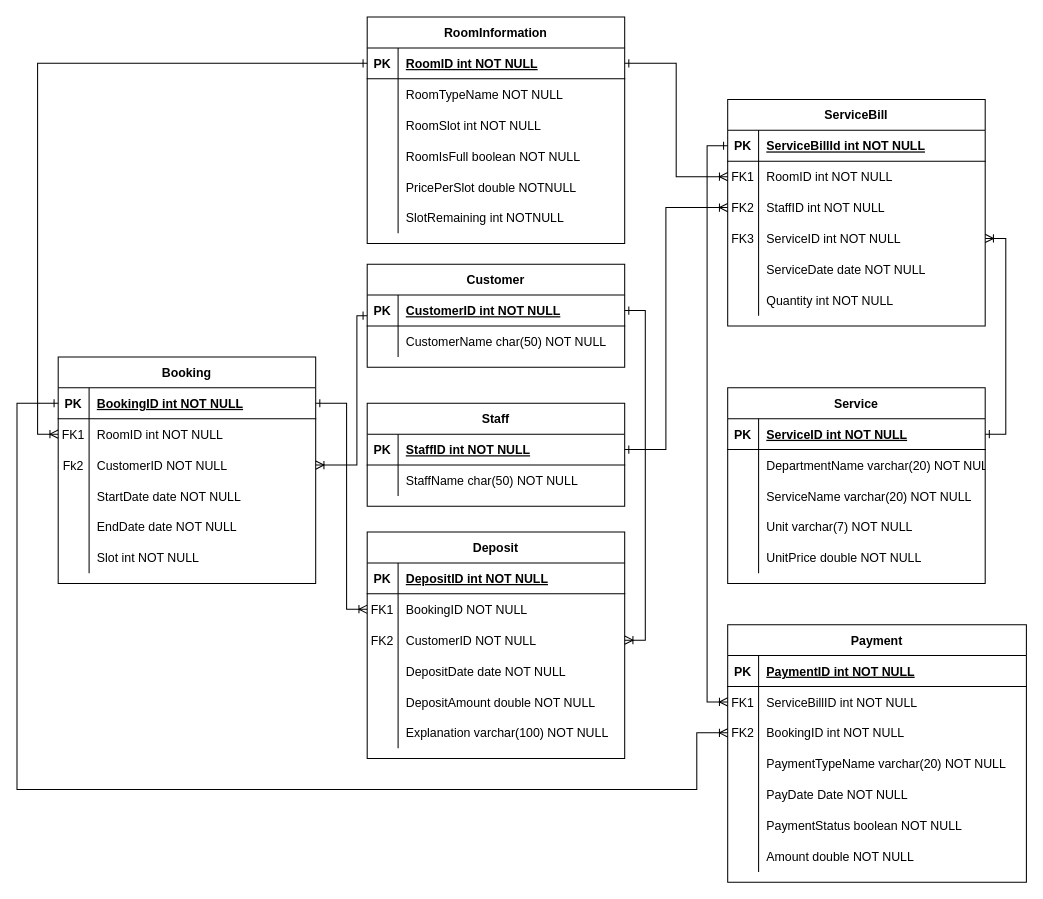
Earlier version of the draw.io diagram Diagram/Entity Relationship Diagram.drawio (jonathanha52/SE104.L23.PMCL). Source tidied: cells renumbered, new cells numbered last; positions are measured from the earlier drawing's top-left corner, leaving out a move shared by most shapes. Both pictures are drawn from the tidied source at 103%, with x=0, y=0 at pixel (16, 16).
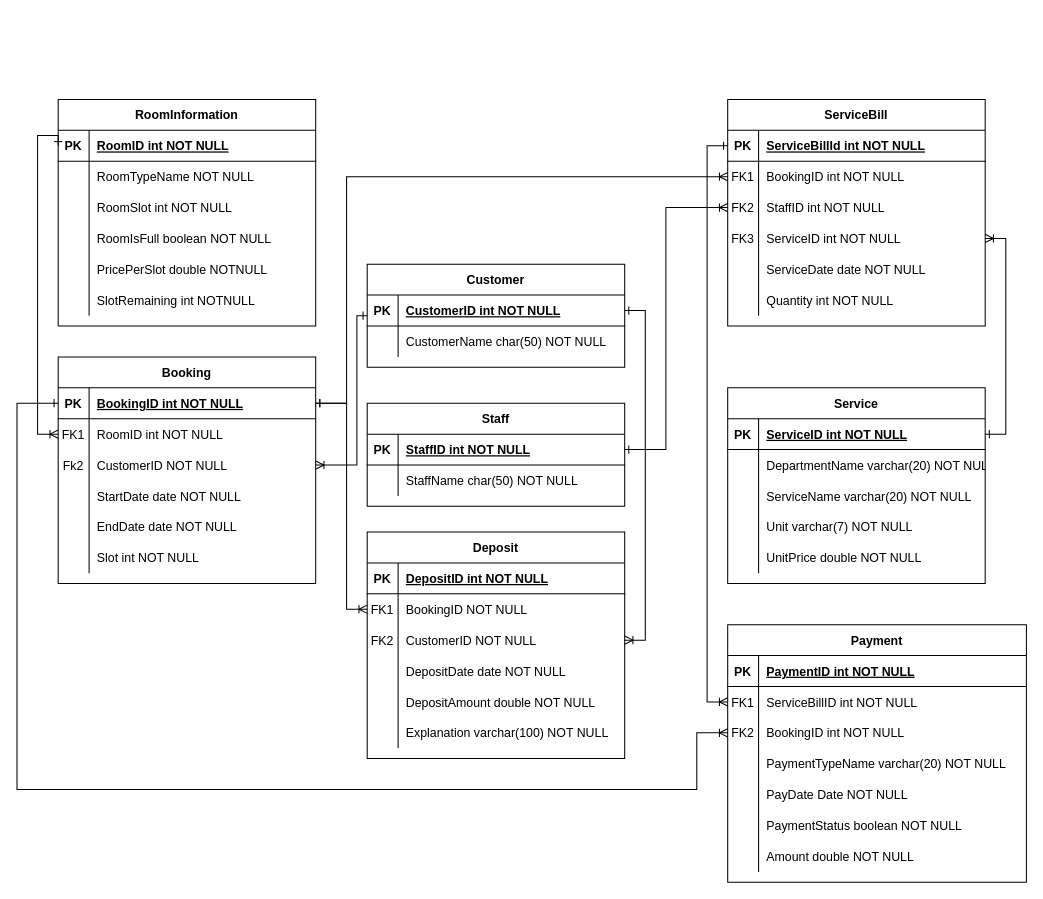
The same page after the edit.

The change refers to these unchanged cells:
```xml
<mxCell id="7" style="shape=partialRectangle;fillColor=none;points=[[0,0.5],[1,0.5]];portConstraint=eastwest;top=0;left=0;right=0;bottom=0;" parent="3" vertex="1">
  <mxGeometry y="60" width="250" height="30" as="geometry" />
</mxCell>
<mxCell id="73" style="shape=partialRectangle;fillColor=none;points=[[0,0.5],[1,0.5]];portConstraint=eastwest;top=0;left=0;right=0;bottom=1;" parent="72" vertex="1">
  <mxGeometry y="30" width="250" height="30" as="geometry" />
</mxCell>
<mxCell id="117" style="shape=partialRectangle;fillColor=none;points=[[0,0.5],[1,0.5]];portConstraint=eastwest;top=0;left=0;right=0;bottom=1;" parent="116" vertex="1">
  <mxGeometry y="30" width="250" height="30" as="geometry" />
</mxCell>
<mxCell id="120" style="shape=partialRectangle;fillColor=none;points=[[0,0.5],[1,0.5]];portConstraint=eastwest;top=0;left=0;right=0;bottom=0;" parent="116" vertex="1">
  <mxGeometry y="60" width="250" height="30" as="geometry" />
</mxCell>
```

What changed in the source:
```diff
@@
-    <mxCell id="2" style="endArrow=ERoneToMany;startArrow=ERone;endFill=0;startFill=0;edgeStyle=orthogonalEdgeStyle;rounded=0;exitX=1;exitY=0.5;exitDx=0;exitDy=0;" parent="1" edge="1" source="73" target="7">
+    <mxCell id="2" style="endArrow=ERoneToMany;startArrow=ERone;endFill=0;startFill=0;edgeStyle=orthogonalEdgeStyle;rounded=0;exitX=1;exitY=0.5;exitDx=0;exitDy=0;" parent="1" edge="1" source="117" target="7">
       <mxGeometry relative="1" as="geometry">
         <Array as="points">
-          <mxPoint x="640" y="45" />
-          <mxPoint x="640" y="155" />
+          <mxPoint x="320" y="375" />
+          <mxPoint x="320" y="155" />
         </Array>
       </mxGeometry>
     </mxCell>
@@
-    <mxCell id="9" value="RoomID int NOT NULL" style="shape=partialRectangle;overflow=hidden;fillColor=none;top=0;left=0;bottom=0;right=0;align=left;spacingLeft=6;" parent="7" vertex="1">
+    <mxCell id="9" value="BookingID int NOT NULL" style="shape=partialRectangle;overflow=hidden;fillColor=none;top=0;left=0;bottom=0;right=0;align=left;spacingLeft=6;" parent="7" vertex="1">
       <mxGeometry x="30" width="220" height="30" as="geometry" />
     </mxCell>
@@
     <mxCell id="72" value="RoomInformation" style="shape=table;startSize=30;childLayout=tableLayout;rowLines=0;fontStyle=1;align=center;" parent="1" vertex="1">
-      <mxGeometry x="340" width="250" height="220" as="geometry" />
+      <mxGeometry x="40" y="80" width="250" height="220" as="geometry" />
     </mxCell>
@@
     <mxCell id="135" style="edgeStyle=orthogonalEdgeStyle;rounded=0;jettySize=auto;html=1;startArrow=ERoneToMany;startFill=0;endArrow=ERone;endFill=0;exitX=0;exitY=0.5;exitDx=0;exitDy=0;entryX=0;entryY=0.5;entryDx=0;entryDy=0;" parent="1" edge="1" source="120" target="73">
       <mxGeometry relative="1" as="geometry">
         <Array as="points">
           <mxPoint x="20" y="405" />
-          <mxPoint x="20" y="45" />
+          <mxPoint x="20" y="115" />
         </Array>
       </mxGeometry>
     </mxCell>
```
